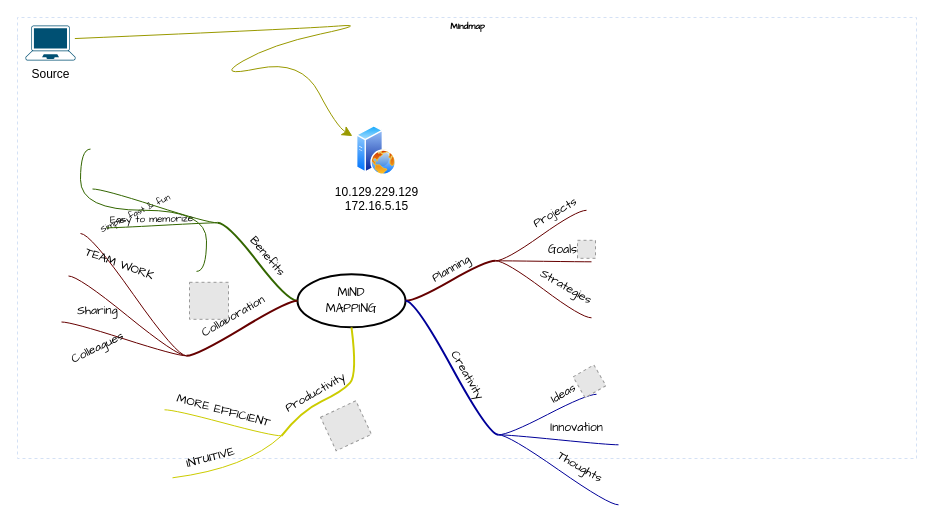
Above: Untitled Diagram.drawio in fathraaa/HTB-Pivot (draw.io), before the change. Source tidied: cells renumbered, new cells numbered last; positions are measured from the earlier drawing's top-left corner, leaving out a move shared by most shapes. Both pictures are drawn from the tidied source at 100%, with x=0, y=0 at pixel (17, 17). Pictures stored in the file or linked from it are replaced by grey dashed boxes.
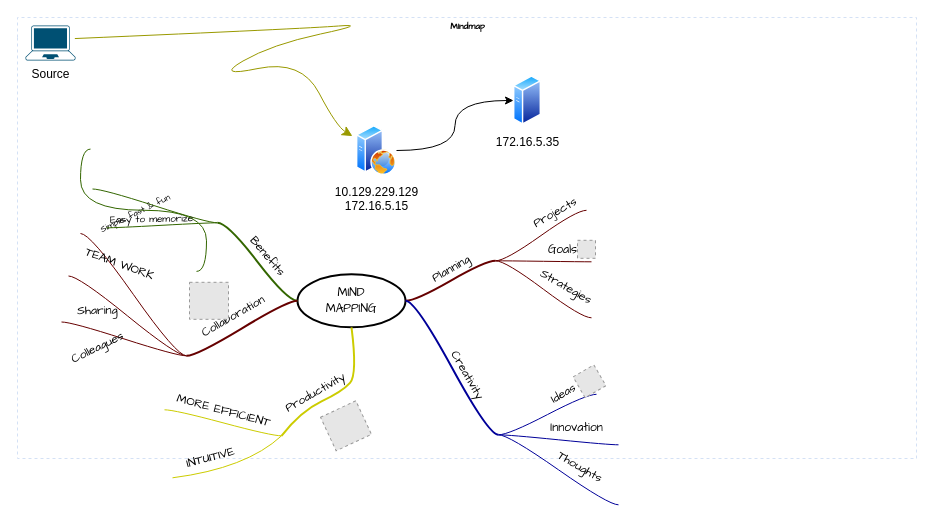
The same diagram, later.

Unchanged cells that the change refers to:
```xml
<mxCell id="2" value="Mindmap" style="swimlane;html=1;startSize=20;horizontal=1;containerType=tree;labelBackgroundColor=none;strokeColor=#D4E1F5;strokeWidth=1;fillColor=none;fontFamily=Comic Sans MS;fontSize=9;swimlaneLine=0;dashed=1;" parent="1" vertex="1">
  <mxGeometry width="899" height="441" as="geometry" />
</mxCell>
<mxCell id="70" value="&lt;span class=&quot;text-success&quot;&gt;&lt;span style=&quot;cursor:pointer;&quot; class=&quot;target&quot;&gt;&lt;span class=&quot;target-0 cursor-pointer&quot;&gt;10.129.229.129&lt;br&gt;&lt;/span&gt;&lt;/span&gt;&lt;/span&gt;172.16.5.15" style="image;perimeter=ellipsePerimeter;html=1;align=center;shadow=0;dashed=0;spacingTop=3;image=img/lib/active_directory/web_server.svg;" parent="2" vertex="1">
  <mxGeometry x="339" y="108" width="40" height="50" as="geometry" />
</mxCell>
```

What changed in the source:
```diff
@@
+    <mxCell id="71" style="edgeStyle=orthogonalEdgeStyle;rounded=0;jettySize=auto;html=1;curved=1;" parent="2" edge="1" source="70" target="72">
+      <mxGeometry relative="1" as="geometry" />
+    </mxCell>
@@
+    <mxCell id="72" value="172.16.5.35" style="image;perimeter=ellipsePerimeter;html=1;align=center;shadow=0;dashed=0;spacingTop=3;image=img/lib/active_directory/generic_server.svg;" parent="2" vertex="1">
+      <mxGeometry x="496" y="58" width="28" height="50" as="geometry" />
+    </mxCell>
```
